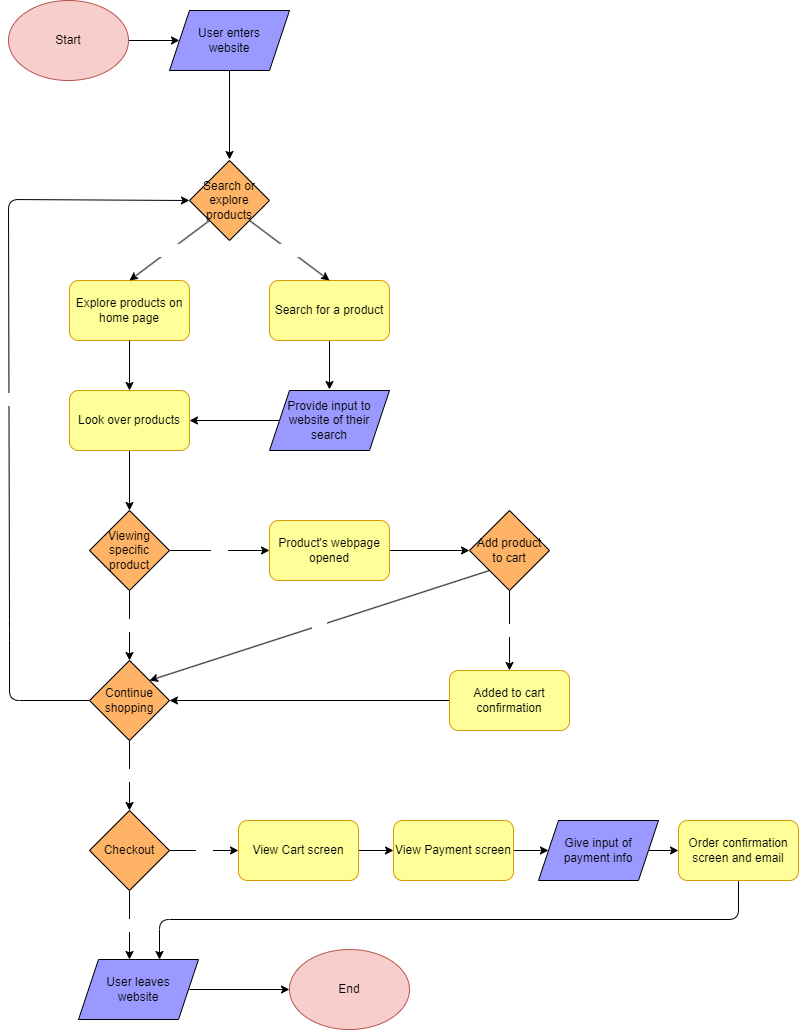
Above: explore/diagramming/diagram.drawio.png in kennethkietvuong/sp24-cse110-lab4 (draw.io), before the change. Source tidied: cells renumbered, new cells last; positions are measured from the earlier drawing's top-left corner, leaving out a move shared by most shapes. Its diagram source:
```xml
<mxGraphModel>
  <root>
    <mxCell id="0" />
    <mxCell id="1" parent="0" />
    <mxCell id="2" style="edgeStyle=none;html=1;exitX=1;exitY=0.5;exitDx=0;exitDy=0;entryX=0;entryY=0.5;entryDx=0;entryDy=0;fontColor=#000000;" parent="1" edge="1" source="3" target="40">
      <mxGeometry relative="1" as="geometry" />
    </mxCell>
    <mxCell id="3" value="&lt;font color=&quot;#000000&quot;&gt;Start&lt;/font&gt;" style="ellipse;whiteSpace=wrap;html=1;fillColor=#f8cecc;strokeColor=#b85450;" parent="1" vertex="1">
      <mxGeometry width="120" height="80" as="geometry" />
    </mxCell>
    <mxCell id="4" style="edgeStyle=none;html=1;exitX=0.5;exitY=1;exitDx=0;exitDy=0;fontColor=#FFFFFF;" parent="1" edge="1" source="5">
      <mxGeometry relative="1" as="geometry">
        <mxPoint x="321" y="389" as="targetPoint" />
      </mxGeometry>
    </mxCell>
    <mxCell id="5" value="Search for a product" style="rounded=1;whiteSpace=wrap;html=1;fillColor=#FFFF99;strokeColor=#d79b00;fontColor=#000000;" parent="1" vertex="1">
      <mxGeometry x="261" y="280" width="120" height="60" as="geometry" />
    </mxCell>
    <mxCell id="6" value="Search or explore products" style="rhombus;whiteSpace=wrap;html=1;fontColor=#000000;fillColor=#FFB366;" parent="1" vertex="1">
      <mxGeometry x="181" y="160" width="80" height="80" as="geometry" />
    </mxCell>
    <mxCell id="7" value="Explore products on home page" style="rounded=1;whiteSpace=wrap;html=1;fillColor=#FFFF99;strokeColor=#d79b00;fontColor=#000000;" parent="1" vertex="1">
      <mxGeometry x="61" y="280" width="120" height="60" as="geometry" />
    </mxCell>
    <mxCell id="8" value="&lt;font color=&quot;#ffffff&quot;&gt;Search&lt;/font&gt;" style="endArrow=classic;html=1;fontColor=#000000;exitX=1;exitY=1;exitDx=0;exitDy=0;entryX=0.5;entryY=0;entryDx=0;entryDy=0;" parent="1" edge="1" source="6" target="5">
      <mxGeometry relative="1" as="geometry" />
    </mxCell>
    <mxCell id="9" value="&lt;font color=&quot;#ffffff&quot;&gt;Explore&lt;/font&gt;" style="endArrow=classic;html=1;fontColor=#000000;exitX=0;exitY=1;exitDx=0;exitDy=0;entryX=0.5;entryY=0;entryDx=0;entryDy=0;" parent="1" edge="1" source="6" target="7">
      <mxGeometry relative="1" as="geometry" />
    </mxCell>
    <mxCell id="10" style="edgeStyle=none;html=1;exitX=0.5;exitY=1;exitDx=0;exitDy=0;entryX=0.5;entryY=0;entryDx=0;entryDy=0;fontColor=#000000;" parent="1" edge="1" source="11" target="15">
      <mxGeometry relative="1" as="geometry" />
    </mxCell>
    <mxCell id="11" value="Look over products" style="rounded=1;whiteSpace=wrap;html=1;fillColor=#FFFF99;strokeColor=#d79b00;fontColor=#000000;" parent="1" vertex="1">
      <mxGeometry x="61" y="390" width="120" height="60" as="geometry" />
    </mxCell>
    <mxCell id="12" style="endArrow=classic;html=1;fontColor=#000000;exitX=0.5;exitY=1;exitDx=0;exitDy=0;entryX=0.5;entryY=0;entryDx=0;entryDy=0;" parent="1" edge="1" source="7" target="11">
      <mxGeometry relative="1" as="geometry" />
    </mxCell>
    <mxCell id="13" value="No" style="edgeStyle=none;html=1;exitX=0.5;exitY=1;exitDx=0;exitDy=0;entryX=0.5;entryY=0;entryDx=0;entryDy=0;fontColor=#FFFFFF;" parent="1" edge="1" source="15">
      <mxGeometry relative="1" as="geometry">
        <mxPoint x="121" y="660" as="targetPoint" />
      </mxGeometry>
    </mxCell>
    <mxCell id="14" value="Yes" style="edgeStyle=none;html=1;exitX=1;exitY=0.5;exitDx=0;exitDy=0;fontColor=#FFFFFF;entryX=0;entryY=0.5;entryDx=0;entryDy=0;" parent="1" edge="1" source="15" target="17">
      <mxGeometry relative="1" as="geometry" />
    </mxCell>
    <mxCell id="15" value="Viewing specific product" style="rhombus;whiteSpace=wrap;html=1;fontColor=#000000;fillColor=#FFB366;" parent="1" vertex="1">
      <mxGeometry x="81" y="510" width="80" height="80" as="geometry" />
    </mxCell>
    <mxCell id="16" style="edgeStyle=none;html=1;exitX=1;exitY=0.5;exitDx=0;exitDy=0;entryX=0;entryY=0.5;entryDx=0;entryDy=0;fontColor=#FFFFFF;" parent="1" edge="1" source="17" target="20">
      <mxGeometry relative="1" as="geometry" />
    </mxCell>
    <mxCell id="17" value="Product's webpage opened" style="rounded=1;whiteSpace=wrap;html=1;fillColor=#FFFF99;strokeColor=#d79b00;fontColor=#000000;" parent="1" vertex="1">
      <mxGeometry x="261" y="520" width="120" height="60" as="geometry" />
    </mxCell>
    <mxCell id="18" value="Yes" style="edgeStyle=none;html=1;exitX=0.5;exitY=1;exitDx=0;exitDy=0;entryX=0.5;entryY=0;entryDx=0;entryDy=0;fontColor=#FFFFFF;" parent="1" edge="1" source="20" target="25">
      <mxGeometry relative="1" as="geometry" />
    </mxCell>
    <mxCell id="19" value="No" style="edgeStyle=none;html=1;exitX=0;exitY=1;exitDx=0;exitDy=0;entryX=1;entryY=0;entryDx=0;entryDy=0;fontColor=#FFFFFF;" parent="1" edge="1" source="20" target="23">
      <mxGeometry relative="1" as="geometry" />
    </mxCell>
    <mxCell id="20" value="Add product to cart" style="rhombus;whiteSpace=wrap;html=1;fontColor=#000000;fillColor=#FFB366;" parent="1" vertex="1">
      <mxGeometry x="461" y="510" width="80" height="80" as="geometry" />
    </mxCell>
    <mxCell id="21" value="Yes" style="edgeStyle=none;html=1;exitX=0;exitY=0.5;exitDx=0;exitDy=0;entryX=0;entryY=0.5;entryDx=0;entryDy=0;fontColor=#FFFFFF;" parent="1" edge="1" source="23" target="6">
      <mxGeometry relative="1" as="geometry">
        <Array as="points">
          <mxPoint x="1" y="700" />
          <mxPoint x="1" y="630" />
          <mxPoint y="199" />
        </Array>
      </mxGeometry>
    </mxCell>
    <mxCell id="22" value="No" style="edgeStyle=none;html=1;exitX=0.5;exitY=1;exitDx=0;exitDy=0;entryX=0.5;entryY=0;entryDx=0;entryDy=0;fontColor=#FFFFFF;" parent="1" edge="1" source="23" target="28">
      <mxGeometry relative="1" as="geometry" />
    </mxCell>
    <mxCell id="23" value="Continue shopping" style="rhombus;whiteSpace=wrap;html=1;fontColor=#000000;fillColor=#FFB366;" parent="1" vertex="1">
      <mxGeometry x="81" y="660" width="80" height="80" as="geometry" />
    </mxCell>
    <mxCell id="24" style="edgeStyle=none;html=1;exitX=0;exitY=0.5;exitDx=0;exitDy=0;entryX=1;entryY=0.5;entryDx=0;entryDy=0;fontColor=#FFFFFF;" parent="1" edge="1" source="25" target="23">
      <mxGeometry relative="1" as="geometry" />
    </mxCell>
    <mxCell id="25" value="Added to cart confirmation" style="rounded=1;whiteSpace=wrap;html=1;fillColor=#FFFF99;strokeColor=#d79b00;fontColor=#000000;" parent="1" vertex="1">
      <mxGeometry x="441" y="670" width="120" height="60" as="geometry" />
    </mxCell>
    <mxCell id="26" value="No" style="edgeStyle=none;html=1;exitX=0.5;exitY=1;exitDx=0;exitDy=0;entryX=0.5;entryY=0;entryDx=0;entryDy=0;fontColor=#FFFFFF;" parent="1" edge="1" source="28">
      <mxGeometry relative="1" as="geometry">
        <mxPoint x="121" y="959" as="targetPoint" />
      </mxGeometry>
    </mxCell>
    <mxCell id="27" value="Yes" style="edgeStyle=none;html=1;exitX=1;exitY=0.5;exitDx=0;exitDy=0;entryX=0;entryY=0.5;entryDx=0;entryDy=0;fontColor=#FFFFFF;" parent="1" edge="1" source="28" target="34">
      <mxGeometry relative="1" as="geometry" />
    </mxCell>
    <mxCell id="28" value="Checkout" style="rhombus;whiteSpace=wrap;html=1;fontColor=#000000;fillColor=#FFB366;" parent="1" vertex="1">
      <mxGeometry x="81" y="810" width="80" height="80" as="geometry" />
    </mxCell>
    <mxCell id="29" style="edgeStyle=none;html=1;exitX=1;exitY=0.5;exitDx=0;exitDy=0;fontColor=#FFFFFF;" parent="1" edge="1" target="30">
      <mxGeometry relative="1" as="geometry">
        <mxPoint x="181" y="989" as="sourcePoint" />
      </mxGeometry>
    </mxCell>
    <mxCell id="30" value="&lt;font color=&quot;#000000&quot;&gt;End&lt;/font&gt;" style="ellipse;whiteSpace=wrap;html=1;fillColor=#f8cecc;strokeColor=#b85450;" parent="1" vertex="1">
      <mxGeometry x="281" y="949" width="120" height="80" as="geometry" />
    </mxCell>
    <mxCell id="31" style="edgeStyle=none;html=1;exitX=1;exitY=0.5;exitDx=0;exitDy=0;entryX=0;entryY=0.5;entryDx=0;entryDy=0;fontColor=#000000;" parent="1" edge="1" source="32" target="36">
      <mxGeometry relative="1" as="geometry" />
    </mxCell>
    <mxCell id="32" value="View Payment screen" style="rounded=1;whiteSpace=wrap;html=1;fillColor=#FFFF99;strokeColor=#d79b00;fontColor=#000000;" parent="1" vertex="1">
      <mxGeometry x="385" y="820" width="120" height="60" as="geometry" />
    </mxCell>
    <mxCell id="33" style="edgeStyle=none;html=1;exitX=1;exitY=0.5;exitDx=0;exitDy=0;entryX=0;entryY=0.5;entryDx=0;entryDy=0;fontColor=#000000;" parent="1" edge="1" source="34" target="32">
      <mxGeometry relative="1" as="geometry" />
    </mxCell>
    <mxCell id="34" value="View Cart screen" style="rounded=1;whiteSpace=wrap;html=1;fillColor=#FFFF99;strokeColor=#d79b00;fontColor=#000000;" parent="1" vertex="1">
      <mxGeometry x="230" y="820" width="120" height="60" as="geometry" />
    </mxCell>
    <mxCell id="35" style="edgeStyle=none;html=1;exitX=1;exitY=0.5;exitDx=0;exitDy=0;entryX=0;entryY=0.5;entryDx=0;entryDy=0;fontColor=#000000;" parent="1" edge="1" source="36" target="38">
      <mxGeometry relative="1" as="geometry" />
    </mxCell>
    <mxCell id="36" value="Give input of &lt;br&gt;payment info" style="shape=parallelogram;perimeter=parallelogramPerimeter;whiteSpace=wrap;html=1;fixedSize=1;fontColor=#000000;fillColor=#9999FF;" parent="1" vertex="1">
      <mxGeometry x="530" y="820" width="120" height="60" as="geometry" />
    </mxCell>
    <mxCell id="37" style="edgeStyle=none;html=1;exitX=0.5;exitY=1;exitDx=0;exitDy=0;fontColor=#FFFFFF;entryX=0.75;entryY=0;entryDx=0;entryDy=0;" parent="1" edge="1" source="38">
      <mxGeometry relative="1" as="geometry">
        <mxPoint x="151" y="959" as="targetPoint" />
        <Array as="points">
          <mxPoint x="730" y="919" />
          <mxPoint x="151" y="919" />
        </Array>
      </mxGeometry>
    </mxCell>
    <mxCell id="38" value="Order confirmation screen and email" style="rounded=1;whiteSpace=wrap;html=1;fillColor=#FFFF99;strokeColor=#d79b00;fontColor=#000000;" parent="1" vertex="1">
      <mxGeometry x="670" y="820" width="120" height="60" as="geometry" />
    </mxCell>
    <mxCell id="39" style="edgeStyle=none;html=1;exitX=0.5;exitY=1;exitDx=0;exitDy=0;fontColor=#FFFFFF;" parent="1" edge="1" source="40">
      <mxGeometry relative="1" as="geometry">
        <mxPoint x="221" y="159" as="targetPoint" />
      </mxGeometry>
    </mxCell>
    <mxCell id="40" value="User enters &lt;br&gt;website" style="shape=parallelogram;perimeter=parallelogramPerimeter;whiteSpace=wrap;html=1;fixedSize=1;fontColor=#000000;fillColor=#9999FF;" parent="1" vertex="1">
      <mxGeometry x="161" y="10" width="120" height="60" as="geometry" />
    </mxCell>
    <mxCell id="41" style="edgeStyle=none;html=1;exitX=0;exitY=0.5;exitDx=0;exitDy=0;entryX=1;entryY=0.5;entryDx=0;entryDy=0;fontColor=#FFFFFF;" parent="1" edge="1" source="42" target="11">
      <mxGeometry relative="1" as="geometry" />
    </mxCell>
    <mxCell id="42" value="Provide input to website of their search" style="shape=parallelogram;perimeter=parallelogramPerimeter;whiteSpace=wrap;html=1;fixedSize=1;fontColor=#000000;fillColor=#9999FF;" parent="1" vertex="1">
      <mxGeometry x="261" y="390" width="120" height="60" as="geometry" />
    </mxCell>
    <mxCell id="43" value="User leaves &lt;br&gt;website" style="shape=parallelogram;perimeter=parallelogramPerimeter;whiteSpace=wrap;html=1;fixedSize=1;fontColor=#000000;fillColor=#9999FF;" parent="1" vertex="1">
      <mxGeometry x="70" y="959" width="120" height="60" as="geometry" />
    </mxCell>
  </root>
</mxGraphModel>
```
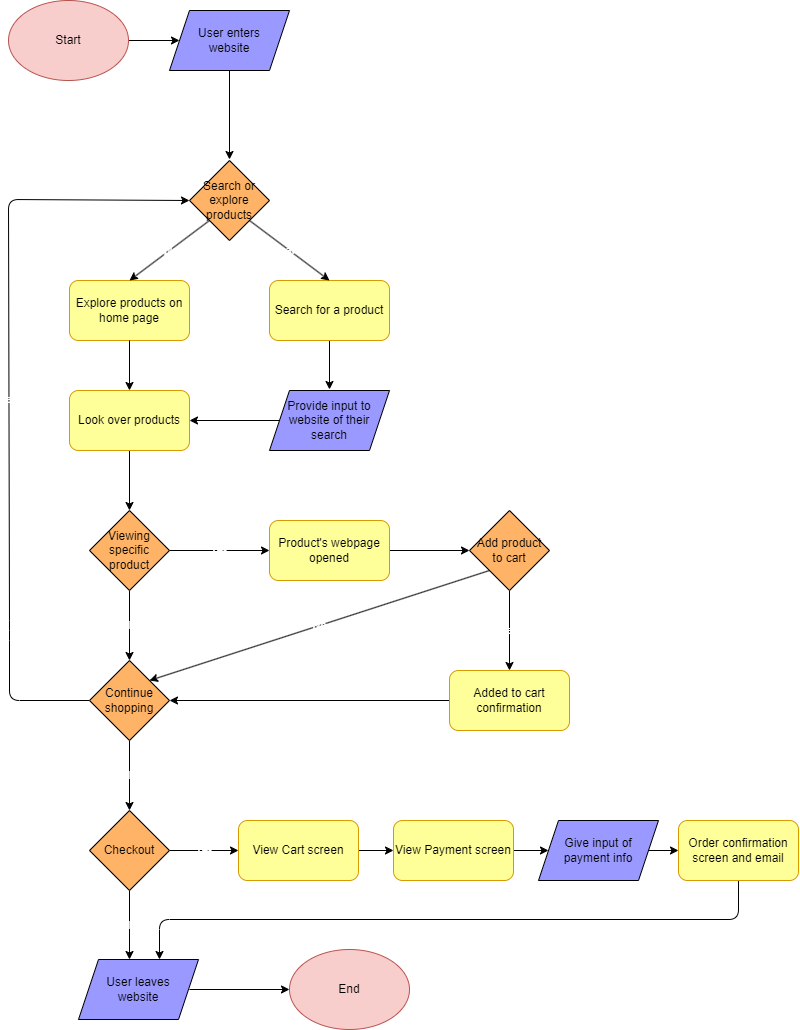
After the change.

What changed in the source:
```diff
@@ -22,10 +22,10 @@
     <mxCell id="7" value="Explore products on home page" style="rounded=1;whiteSpace=wrap;html=1;fillColor=#FFFF99;strokeColor=#d79b00;fontColor=#000000;" parent="1" vertex="1">
       <mxGeometry x="61" y="280" width="120" height="60" as="geometry" />
     </mxCell>
-    <mxCell id="8" value="&lt;font color=&quot;#ffffff&quot;&gt;Search&lt;/font&gt;" style="endArrow=classic;html=1;fontColor=#000000;exitX=1;exitY=1;exitDx=0;exitDy=0;entryX=0.5;entryY=0;entryDx=0;entryDy=0;" parent="1" edge="1" source="6" target="5">
+    <mxCell id="8" value="&lt;font color=&quot;#ffffff&quot;&gt;Search&lt;/font&gt;" style="endArrow=classic;html=1;fontColor=#000000;exitX=1;exitY=1;exitDx=0;exitDy=0;entryX=0.5;entryY=0;entryDx=0;entryDy=0;labelBackgroundColor=none;" parent="1" edge="1" source="6" target="5">
       <mxGeometry relative="1" as="geometry" />
     </mxCell>
-    <mxCell id="9" value="&lt;font color=&quot;#ffffff&quot;&gt;Explore&lt;/font&gt;" style="endArrow=classic;html=1;fontColor=#000000;exitX=0;exitY=1;exitDx=0;exitDy=0;entryX=0.5;entryY=0;entryDx=0;entryDy=0;" parent="1" edge="1" source="6" target="7">
+    <mxCell id="9" value="&lt;font color=&quot;#ffffff&quot;&gt;Explore&lt;/font&gt;" style="endArrow=classic;html=1;fontColor=#000000;exitX=0;exitY=1;exitDx=0;exitDy=0;entryX=0.5;entryY=0;entryDx=0;entryDy=0;labelBackgroundColor=none;" parent="1" edge="1" source="6" target="7">
       <mxGeometry relative="1" as="geometry" />
     </mxCell>
     <mxCell id="10" style="edgeStyle=none;html=1;exitX=0.5;exitY=1;exitDx=0;exitDy=0;entryX=0.5;entryY=0;entryDx=0;entryDy=0;fontColor=#000000;" parent="1" edge="1" source="11" target="15">
@@ -37,12 +37,12 @@
     <mxCell id="12" style="endArrow=classic;html=1;fontColor=#000000;exitX=0.5;exitY=1;exitDx=0;exitDy=0;entryX=0.5;entryY=0;entryDx=0;entryDy=0;" parent="1" edge="1" source="7" target="11">
       <mxGeometry relative="1" as="geometry" />
     </mxCell>
-    <mxCell id="13" value="No" style="edgeStyle=none;html=1;exitX=0.5;exitY=1;exitDx=0;exitDy=0;entryX=0.5;entryY=0;entryDx=0;entryDy=0;fontColor=#FFFFFF;" parent="1" edge="1" source="15">
+    <mxCell id="13" value="No" style="edgeStyle=none;html=1;exitX=0.5;exitY=1;exitDx=0;exitDy=0;entryX=0.5;entryY=0;entryDx=0;entryDy=0;fontColor=#FFFFFF;labelBackgroundColor=none;" parent="1" edge="1" source="15">
       <mxGeometry relative="1" as="geometry">
         <mxPoint x="121" y="660" as="targetPoint" />
       </mxGeometry>
     </mxCell>
-    <mxCell id="14" value="Yes" style="edgeStyle=none;html=1;exitX=1;exitY=0.5;exitDx=0;exitDy=0;fontColor=#FFFFFF;entryX=0;entryY=0.5;entryDx=0;entryDy=0;" parent="1" edge="1" source="15" target="17">
+    <mxCell id="14" value="Yes" style="edgeStyle=none;html=1;exitX=1;exitY=0.5;exitDx=0;exitDy=0;fontColor=#FFFFFF;entryX=0;entryY=0.5;entryDx=0;entryDy=0;labelBackgroundColor=none;" parent="1" edge="1" source="15" target="17">
       <mxGeometry relative="1" as="geometry" />
     </mxCell>
     <mxCell id="15" value="Viewing specific product" style="rhombus;whiteSpace=wrap;html=1;fontColor=#000000;fillColor=#FFB366;" parent="1" vertex="1">
@@ -54,16 +54,16 @@
     <mxCell id="17" value="Product's webpage opened" style="rounded=1;whiteSpace=wrap;html=1;fillColor=#FFFF99;strokeColor=#d79b00;fontColor=#000000;" parent="1" vertex="1">
       <mxGeometry x="261" y="520" width="120" height="60" as="geometry" />
     </mxCell>
-    <mxCell id="18" value="Yes" style="edgeStyle=none;html=1;exitX=0.5;exitY=1;exitDx=0;exitDy=0;entryX=0.5;entryY=0;entryDx=0;entryDy=0;fontColor=#FFFFFF;" parent="1" edge="1" source="20" target="25">
+    <mxCell id="18" value="Yes" style="edgeStyle=none;html=1;exitX=0.5;exitY=1;exitDx=0;exitDy=0;entryX=0.5;entryY=0;entryDx=0;entryDy=0;fontColor=#FFFFFF;labelBackgroundColor=none;" parent="1" edge="1" source="20" target="25">
       <mxGeometry relative="1" as="geometry" />
     </mxCell>
-    <mxCell id="19" value="No" style="edgeStyle=none;html=1;exitX=0;exitY=1;exitDx=0;exitDy=0;entryX=1;entryY=0;entryDx=0;entryDy=0;fontColor=#FFFFFF;" parent="1" edge="1" source="20" target="23">
+    <mxCell id="19" value="No" style="edgeStyle=none;html=1;exitX=0;exitY=1;exitDx=0;exitDy=0;entryX=1;entryY=0;entryDx=0;entryDy=0;fontColor=#FFFFFF;labelBackgroundColor=none;" parent="1" edge="1" source="20" target="23">
       <mxGeometry relative="1" as="geometry" />
     </mxCell>
     <mxCell id="20" value="Add product to cart" style="rhombus;whiteSpace=wrap;html=1;fontColor=#000000;fillColor=#FFB366;" parent="1" vertex="1">
       <mxGeometry x="461" y="510" width="80" height="80" as="geometry" />
     </mxCell>
-    <mxCell id="21" value="Yes" style="edgeStyle=none;html=1;exitX=0;exitY=0.5;exitDx=0;exitDy=0;entryX=0;entryY=0.5;entryDx=0;entryDy=0;fontColor=#FFFFFF;" parent="1" edge="1" source="23" target="6">
+    <mxCell id="21" value="Yes" style="edgeStyle=none;html=1;exitX=0;exitY=0.5;exitDx=0;exitDy=0;entryX=0;entryY=0.5;entryDx=0;entryDy=0;fontColor=#FFFFFF;labelBackgroundColor=none;" parent="1" edge="1" source="23" target="6">
       <mxGeometry relative="1" as="geometry">
         <Array as="points">
           <mxPoint x="1" y="700" />
@@ -72,7 +72,7 @@
         </Array>
       </mxGeometry>
     </mxCell>
-    <mxCell id="22" value="No" style="edgeStyle=none;html=1;exitX=0.5;exitY=1;exitDx=0;exitDy=0;entryX=0.5;entryY=0;entryDx=0;entryDy=0;fontColor=#FFFFFF;" parent="1" edge="1" source="23" target="28">
+    <mxCell id="22" value="No" style="edgeStyle=none;html=1;exitX=0.5;exitY=1;exitDx=0;exitDy=0;entryX=0.5;entryY=0;entryDx=0;entryDy=0;fontColor=#FFFFFF;labelBackgroundColor=none;" parent="1" edge="1" source="23" target="28">
       <mxGeometry relative="1" as="geometry" />
     </mxCell>
     <mxCell id="23" value="Continue shopping" style="rhombus;whiteSpace=wrap;html=1;fontColor=#000000;fillColor=#FFB366;" parent="1" vertex="1">
@@ -84,12 +84,12 @@
     <mxCell id="25" value="Added to cart confirmation" style="rounded=1;whiteSpace=wrap;html=1;fillColor=#FFFF99;strokeColor=#d79b00;fontColor=#000000;" parent="1" vertex="1">
       <mxGeometry x="441" y="670" width="120" height="60" as="geometry" />
     </mxCell>
-    <mxCell id="26" value="No" style="edgeStyle=none;html=1;exitX=0.5;exitY=1;exitDx=0;exitDy=0;entryX=0.5;entryY=0;entryDx=0;entryDy=0;fontColor=#FFFFFF;" parent="1" edge="1" source="28">
+    <mxCell id="26" value="No" style="edgeStyle=none;html=1;exitX=0.5;exitY=1;exitDx=0;exitDy=0;entryX=0.5;entryY=0;entryDx=0;entryDy=0;fontColor=#FFFFFF;labelBackgroundColor=none;" parent="1" edge="1" source="28">
       <mxGeometry relative="1" as="geometry">
         <mxPoint x="121" y="959" as="targetPoint" />
       </mxGeometry>
     </mxCell>
-    <mxCell id="27" value="Yes" style="edgeStyle=none;html=1;exitX=1;exitY=0.5;exitDx=0;exitDy=0;entryX=0;entryY=0.5;entryDx=0;entryDy=0;fontColor=#FFFFFF;" parent="1" edge="1" source="28" target="34">
+    <mxCell id="27" value="Yes" style="edgeStyle=none;html=1;exitX=1;exitY=0.5;exitDx=0;exitDy=0;entryX=0;entryY=0.5;entryDx=0;entryDy=0;fontColor=#FFFFFF;labelBackgroundColor=none;" parent="1" edge="1" source="28" target="34">
       <mxGeometry relative="1" as="geometry" />
     </mxCell>
     <mxCell id="28" value="Checkout" style="rhombus;whiteSpace=wrap;html=1;fontColor=#000000;fillColor=#FFB366;" parent="1" vertex="1">
```
